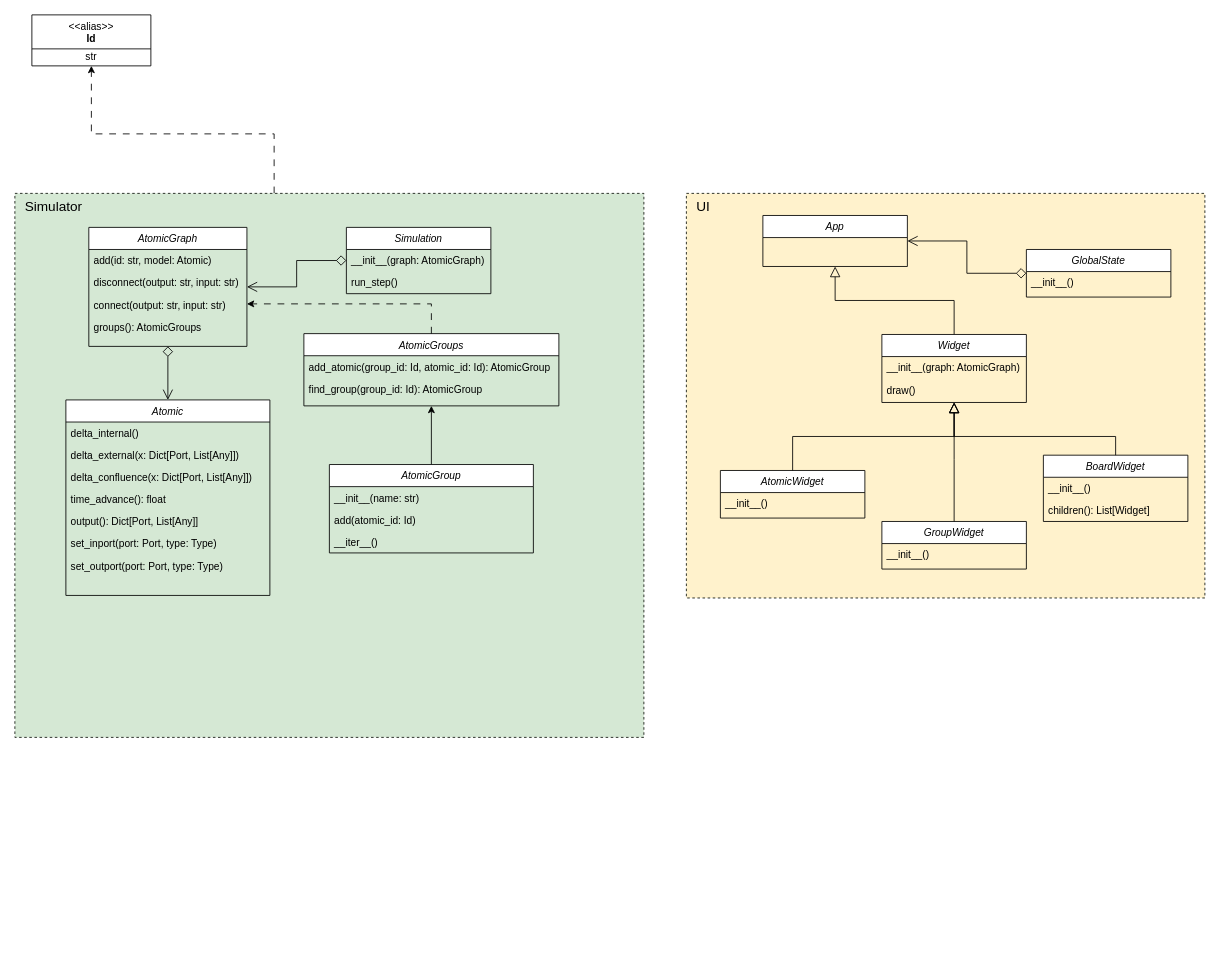
Earlier version of the draw.io diagram design/class diagrams/class diagram.drawio (EmmanuelMess/Multistep-DEVS-Simulator). Source tidied: cells renumbered, new cells numbered last; positions are measured from the earlier drawing's top-left corner, leaving out a move shared by most shapes. Both pictures are drawn from the tidied source at 85%, with x=0, y=0 at pixel (14, 14).
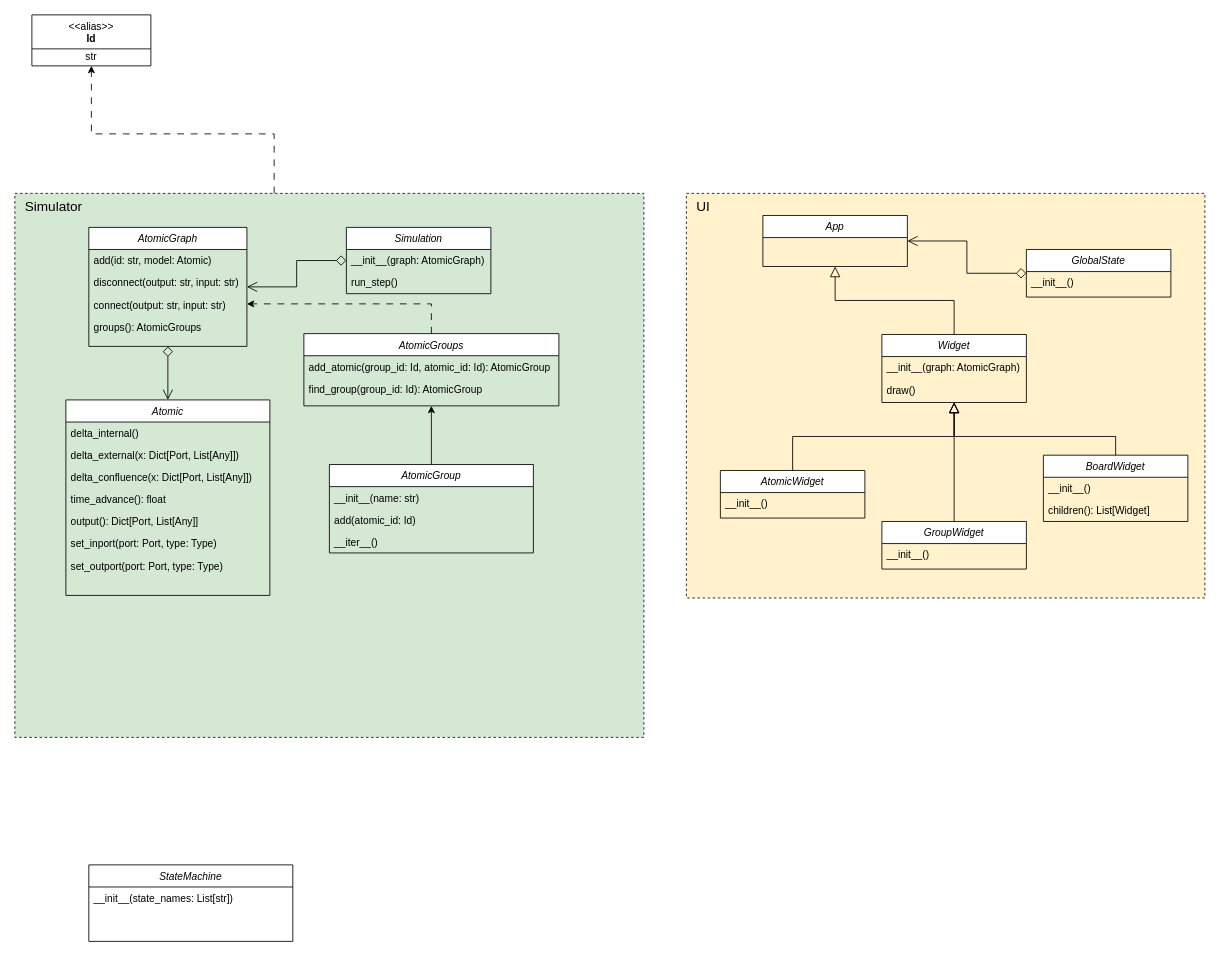
After the change.

Change to the diagram source:
```diff
@@
+    <mxCell id="54" value="StateMachine" style="swimlane;fontStyle=2;align=center;verticalAlign=top;horizontal=1;startSize=26;rounded=0;shadow=0;strokeWidth=1;" parent="1" vertex="1">
+      <mxGeometry x="87" y="1000" width="240" height="90" as="geometry" />
+    </mxCell>
+    <mxCell id="55" value="__init__(state_names: List[str])" style="text;align=left;verticalAlign=top;spacingLeft=4;spacingRight=4;overflow=hidden;" parent="54" vertex="1">
+      <mxGeometry y="26" width="240" height="26" as="geometry" />
+    </mxCell>
```
